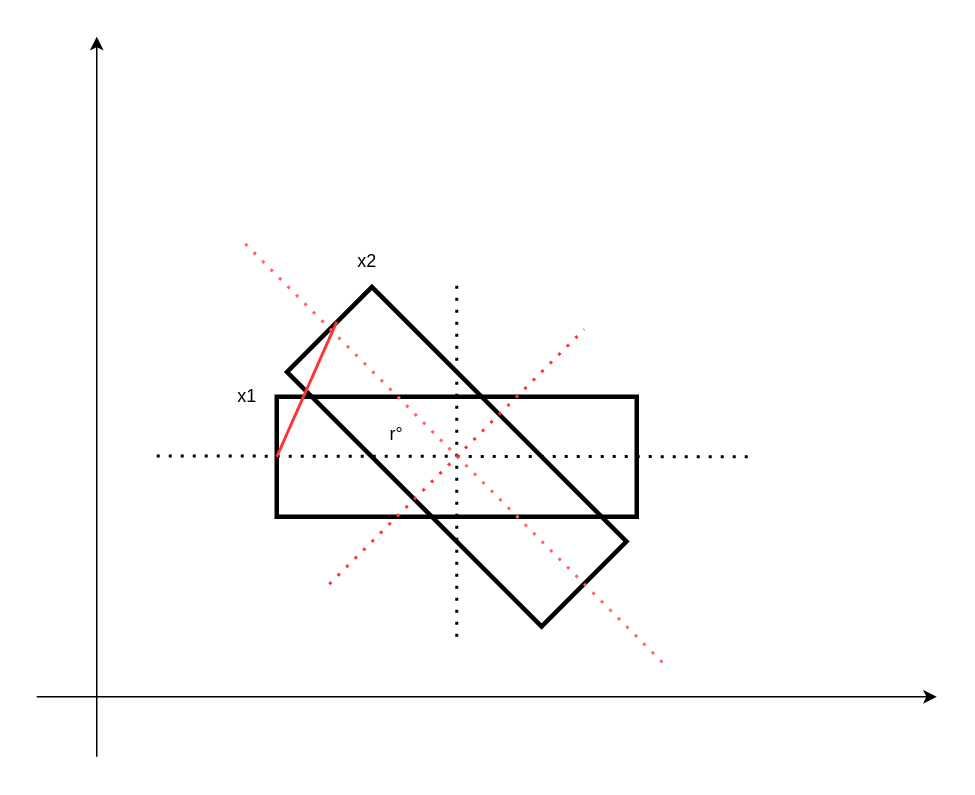
Earlier version of the draw.io diagram 未命名绘图.drawio (StephenWong1991/study_notes). Source tidied: cells renumbered, new cells numbered last; positions are measured from the earlier drawing's top-left corner, leaving out a move shared by most shapes. Both pictures are drawn from the tidied source at 150%, with x=0, y=0 at pixel (36, 36).
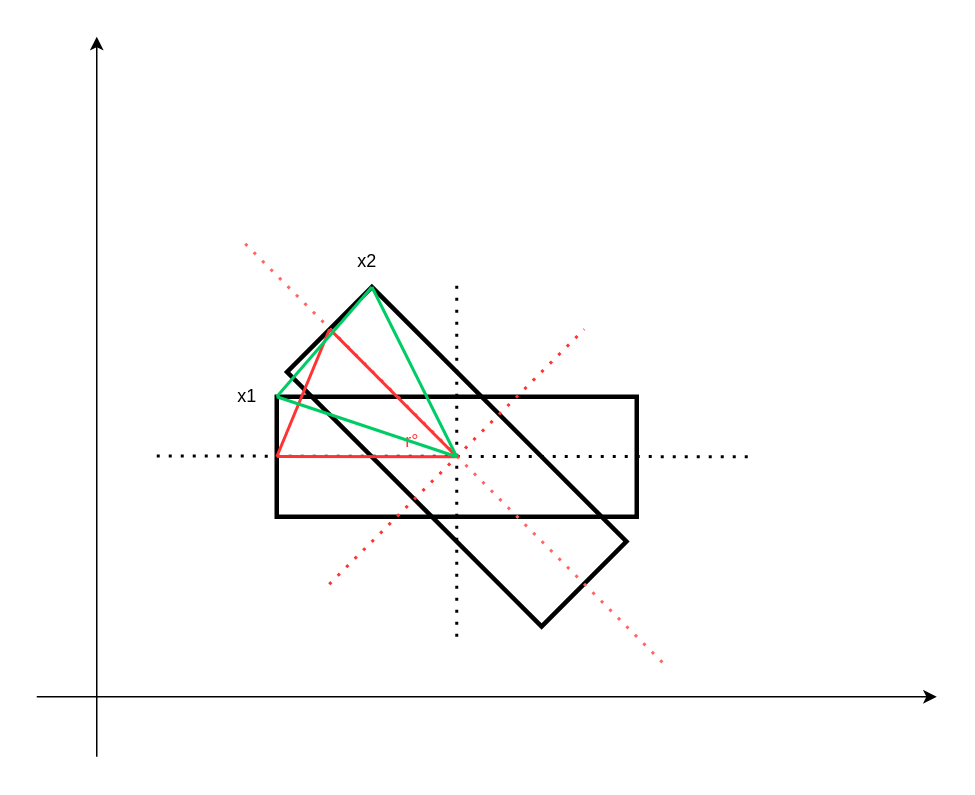
After the change.

Commit message:
更新未命名绘图.drawio

The change refers to these unchanged cells:
```xml
<mxCell id="7" style="group;rotation=90;" parent="1" vertex="1">
  <mxGeometry x="80" y="160" width="400" height="240" as="geometry" />
</mxCell>
<mxCell id="8" style="rounded=0;whiteSpace=wrap;html=1;strokeWidth=3;fillColor=none;direction=west;rotation=45;" parent="7" vertex="1">
  <mxGeometry x="80" y="80" width="240" height="80" as="geometry" />
</mxCell>
```

Change to the diagram source:
```diff
@@
+    <mxCell id="15" style="endArrow=none;html=1;rounded=0;strokeColor=#FF3333;strokeWidth=2;" parent="7" edge="1">
+      <mxGeometry relative="1" as="geometry">
+        <mxPoint x="80" y="119.8" as="sourcePoint" />
+        <mxPoint x="200" y="120" as="targetPoint" />
+      </mxGeometry>
+    </mxCell>
+    <mxCell id="16" style="endArrow=none;html=1;rounded=0;strokeWidth=2;strokeColor=#FF3333;exitX=1;exitY=0.504;exitDx=0;exitDy=0;exitPerimeter=0;" parent="7" edge="1" source="8">
+      <mxGeometry relative="1" as="geometry">
+        <mxPoint x="200" y="120" as="targetPoint" />
+      </mxGeometry>
+    </mxCell>
+    <mxCell id="17" style="endArrow=none;html=1;rounded=0;strokeWidth=2;strokeColor=#FF3333;entryX=1;entryY=0.5;entryDx=0;entryDy=0;" parent="7" edge="1" target="8">
+      <mxGeometry relative="1" as="geometry">
+        <mxPoint x="80" y="120" as="sourcePoint" />
+      </mxGeometry>
+    </mxCell>
+    <mxCell id="18" style="endArrow=none;html=1;rounded=0;strokeColor=#00CC66;strokeWidth=2;entryX=1;entryY=1;entryDx=0;entryDy=0;" parent="7" edge="1" target="8">
+      <mxGeometry relative="1" as="geometry">
+        <mxPoint x="80" y="80" as="sourcePoint" />
+      </mxGeometry>
+    </mxCell>
+    <mxCell id="19" style="endArrow=none;html=1;rounded=0;strokeColor=#00CC66;strokeWidth=2;entryX=1;entryY=1;entryDx=0;entryDy=0;" parent="7" edge="1" target="8">
+      <mxGeometry relative="1" as="geometry">
+        <mxPoint x="200" y="120" as="sourcePoint" />
+      </mxGeometry>
+    </mxCell>
-    <mxCell id="11" value="r°" style="text;html=1;strokeColor=none;fillColor=none;align=center;verticalAlign=middle;whiteSpace=wrap;rounded=0;" parent="7" vertex="1">
-      <mxGeometry x="130" y="90" width="60" height="30" as="geometry" />
+    <mxCell id="11" value="r°" style="text;html=1;align=center;verticalAlign=middle;strokeColor=none;fillColor=none;fontColor=#FF3333;opacity=0;" parent="7" vertex="1">
+      <mxGeometry x="160" y="100" width="20" height="20" as="geometry" />
     </mxCell>
-    <mxCell id="12" style="endArrow=none;html=1;rounded=0;strokeColor=#FF3333;strokeWidth=2;" parent="1" edge="1">
-      <mxGeometry relative="1" as="geometry">
-        <mxPoint x="160" y="280" as="sourcePoint" />
-        <mxPoint x="200" y="190" as="targetPoint" />
-      </mxGeometry>
-    </mxCell>
@@
+    <mxCell id="20" style="endArrow=none;html=1;rounded=0;strokeColor=#00CC66;strokeWidth=2;" parent="1" edge="1">
+      <mxGeometry relative="1" as="geometry">
+        <mxPoint x="160" y="240" as="sourcePoint" />
+        <mxPoint x="280" y="280" as="targetPoint" />
+      </mxGeometry>
+    </mxCell>
```
